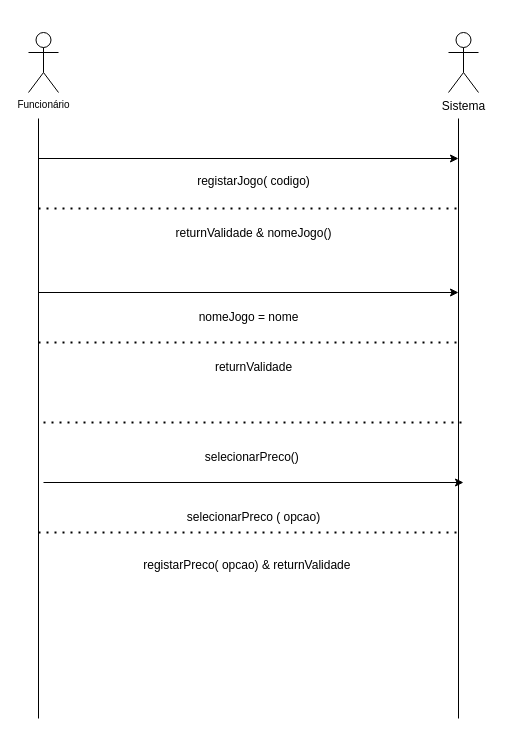
This is ssd3.drawio from luccamarshall/DCO, a draw.io file, before an edit. Source tidied: cells renumbered, new cells numbered last; positions are measured from the earlier drawing's top-left corner, leaving out a move shared by most shapes. Both pictures are drawn from the tidied source at 100%, with x=0, y=0 at pixel (28, 32).
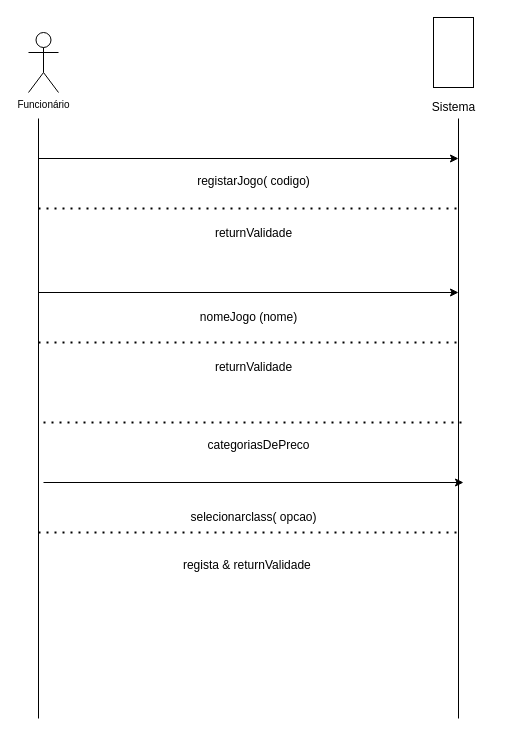
The same diagram, later.

The edit, as a diff of the source:
```diff
@@
-    <mxCell id="3" value="Sistema&lt;br&gt;" style="shape=umlActor;verticalLabelPosition=bottom;verticalAlign=top;html=1;" parent="1" vertex="1">
-      <mxGeometry x="420" width="30" height="60" as="geometry" />
-    </mxCell>
@@
-    <mxCell id="10" value="nomeJogo = nome" style="text;html=1;align=center;verticalAlign=middle;strokeColor=none;fillColor=none;" parent="1" vertex="1">
+    <mxCell id="10" value="nomeJogo (nome)" style="text;html=1;align=center;verticalAlign=middle;strokeColor=none;fillColor=none;" parent="1" vertex="1">
       <mxGeometry x="160" y="270" width="120" height="30" as="geometry" />
     </mxCell>
@@
-    <mxCell id="13" value="returnValidade &amp;amp; nomeJogo()" style="text;html=1;align=center;verticalAlign=middle;strokeColor=none;fillColor=none;" parent="1" vertex="1">
-      <mxGeometry x="135" y="186" width="180" height="30" as="geometry" />
+    <mxCell id="13" value="returnValidade" style="text;html=1;align=center;verticalAlign=middle;strokeColor=none;fillColor=none;" parent="1" vertex="1">
+      <mxGeometry x="175" y="186" width="100" height="30" as="geometry" />
     </mxCell>
@@
-    <mxCell id="15" value="selecionarPreco()&amp;nbsp;" style="text;html=1;align=center;verticalAlign=middle;strokeColor=none;fillColor=none;" parent="1" vertex="1">
-      <mxGeometry x="165" y="410" width="120" height="30" as="geometry" />
-    </mxCell>
@@
-    <mxCell id="17" value="selecionarPreco ( opcao)" style="text;html=1;align=center;verticalAlign=middle;strokeColor=none;fillColor=none;" parent="1" vertex="1">
-      <mxGeometry x="145" y="470" width="160" height="30" as="geometry" />
+    <mxCell id="17" value="selecionarclass( opcao)" style="text;html=1;align=center;verticalAlign=middle;strokeColor=none;fillColor=none;" parent="1" vertex="1">
+      <mxGeometry x="150" y="470" width="150" height="30" as="geometry" />
     </mxCell>
@@
-    <mxCell id="19" value="registarPreco( opcao) &amp;amp; returnValidade&amp;nbsp;" style="text;html=1;align=center;verticalAlign=middle;strokeColor=none;fillColor=none;" parent="1" vertex="1">
-      <mxGeometry x="105" y="518" width="230" height="30" as="geometry" />
+    <mxCell id="19" value="regista &amp;amp; returnValidade&amp;nbsp;" style="text;html=1;align=center;verticalAlign=middle;strokeColor=none;fillColor=none;" parent="1" vertex="1">
+      <mxGeometry x="145" y="518" width="150" height="30" as="geometry" />
     </mxCell>
+    <mxCell id="20" style="rounded=0;whiteSpace=wrap;html=1;rotation=90;" parent="1" vertex="1">
+      <mxGeometry x="390" width="70" height="40" as="geometry" />
+    </mxCell>
+    <mxCell id="3" value="Sistema&lt;br&gt;" style="text;html=1;align=center;verticalAlign=middle;strokeColor=none;fillColor=none;" parent="1" vertex="1">
+      <mxGeometry x="390" y="60" width="70" height="30" as="geometry" />
+    </mxCell>
+    <mxCell id="21" value="categoriasDePreco" style="text;html=1;align=center;verticalAlign=middle;strokeColor=none;fillColor=none;" parent="1" vertex="1">
+      <mxGeometry x="165" y="398" width="130" height="30" as="geometry" />
+    </mxCell>
```
